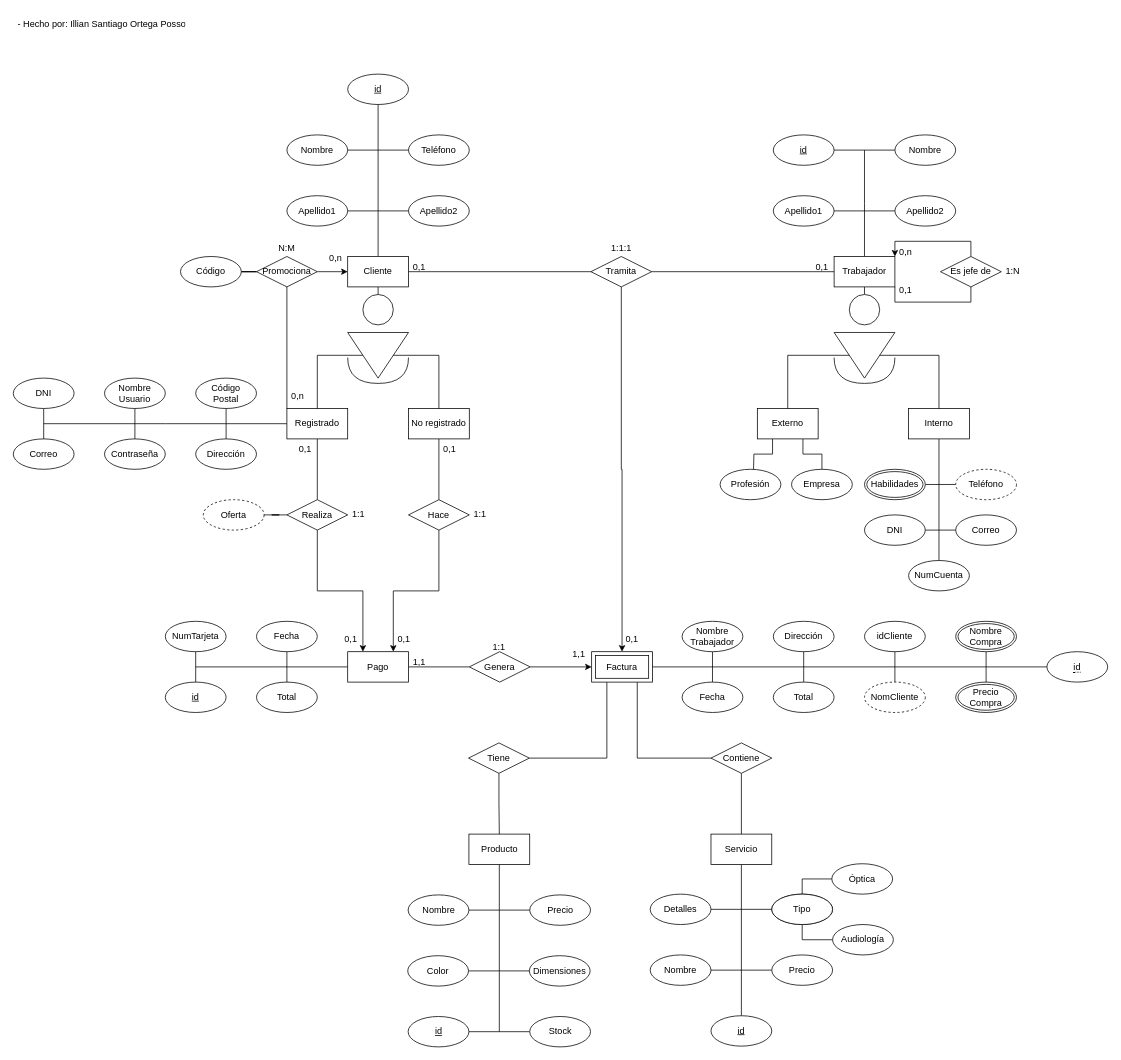
Illian27/BAE keeps this draw.io diagram as Vitaloptics/Vitaloptics.drawio. Above is the earlier version. Source tidied: cells renumbered, new cells numbered last; positions are measured from the earlier drawing's top-left corner, leaving out a move shared by most shapes. Both pictures are drawn from the tidied source at 76%, with x=0, y=0 at pixel (13, 13).
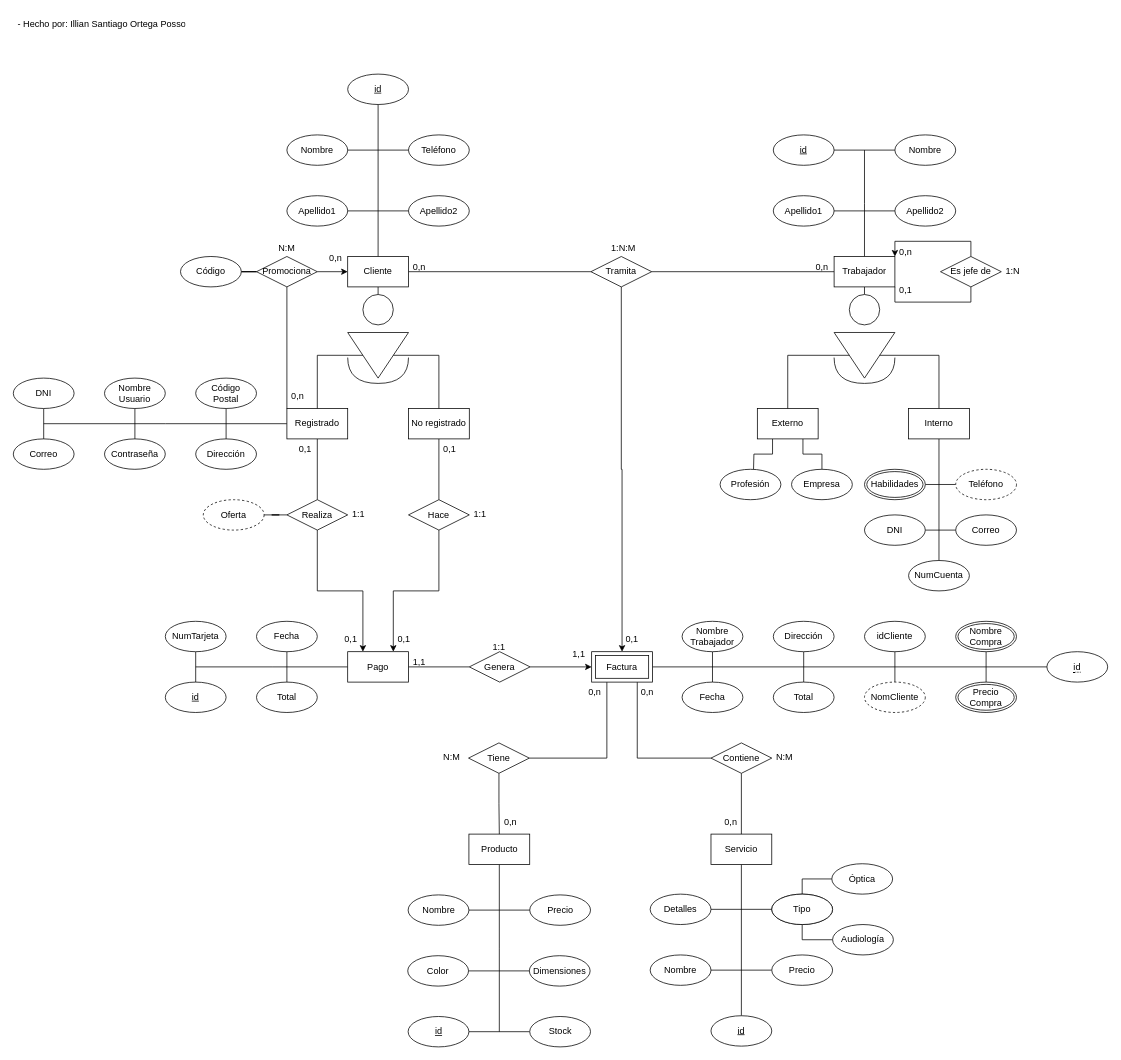
The same page after the edit.

Change to the diagram source:
```diff
@@
-    <mxCell id="149" value="0,1" style="text;strokeColor=none;fillColor=none;spacingLeft=4;spacingRight=4;overflow=hidden;fontSize=12;whiteSpace=wrap;html=1;" parent="1" vertex="1">
+    <mxCell id="149" value="0,n" style="text;strokeColor=none;fillColor=none;spacingLeft=4;spacingRight=4;overflow=hidden;fontSize=12;whiteSpace=wrap;html=1;" parent="1" vertex="1">
       <mxGeometry x="520" y="320" width="30" height="30" as="geometry" />
     </mxCell>
-    <mxCell id="150" value="0,1" style="text;strokeColor=none;fillColor=none;spacingLeft=4;spacingRight=4;overflow=hidden;fontSize=12;whiteSpace=wrap;html=1;" parent="1" vertex="1">
+    <mxCell id="150" value="0,n" style="text;strokeColor=none;fillColor=none;spacingLeft=4;spacingRight=4;overflow=hidden;fontSize=12;whiteSpace=wrap;html=1;" parent="1" vertex="1">
       <mxGeometry x="1050" y="320" width="30" height="30" as="geometry" />
     </mxCell>
-    <mxCell id="151" value="1:1:1" style="text;strokeColor=none;fillColor=none;spacingLeft=4;spacingRight=4;overflow=hidden;fontSize=12;whiteSpace=wrap;html=1;" parent="1" vertex="1">
+    <mxCell id="151" value="1:N:M" style="text;strokeColor=none;fillColor=none;spacingLeft=4;spacingRight=4;overflow=hidden;fontSize=12;whiteSpace=wrap;html=1;" parent="1" vertex="1">
       <mxGeometry x="781" y="295" width="44" height="30" as="geometry" />
     </mxCell>
@@
+    <mxCell id="156" value="0,n" style="text;strokeColor=none;fillColor=none;spacingLeft=4;spacingRight=4;overflow=hidden;fontSize=12;whiteSpace=wrap;html=1;" parent="1" vertex="1">
+      <mxGeometry x="751" y="880" width="30" height="30" as="geometry" />
+    </mxCell>
+    <mxCell id="157" value="0,n" style="text;strokeColor=none;fillColor=none;spacingLeft=4;spacingRight=4;overflow=hidden;fontSize=12;whiteSpace=wrap;html=1;" parent="1" vertex="1">
+      <mxGeometry x="820" y="880" width="30" height="30" as="geometry" />
+    </mxCell>
+    <mxCell id="158" value="0,n" style="text;strokeColor=none;fillColor=none;spacingLeft=4;spacingRight=4;overflow=hidden;fontSize=12;whiteSpace=wrap;html=1;" parent="1" vertex="1">
+      <mxGeometry x="640" y="1050" width="30" height="30" as="geometry" />
+    </mxCell>
+    <mxCell id="159" value="0,n" style="text;strokeColor=none;fillColor=none;spacingLeft=4;spacingRight=4;overflow=hidden;fontSize=12;whiteSpace=wrap;html=1;" parent="1" vertex="1">
+      <mxGeometry x="930" y="1050" width="30" height="30" as="geometry" />
+    </mxCell>
+    <mxCell id="160" value="N:M" style="text;strokeColor=none;fillColor=none;spacingLeft=4;spacingRight=4;overflow=hidden;fontSize=12;whiteSpace=wrap;html=1;" parent="1" vertex="1">
+      <mxGeometry x="998" y="965" width="42" height="30" as="geometry" />
+    </mxCell>
+    <mxCell id="161" value="N:M" style="text;strokeColor=none;fillColor=none;spacingLeft=4;spacingRight=4;overflow=hidden;fontSize=12;whiteSpace=wrap;html=1;" parent="1" vertex="1">
+      <mxGeometry x="560" y="965" width="39" height="30" as="geometry" />
+    </mxCell>
```
